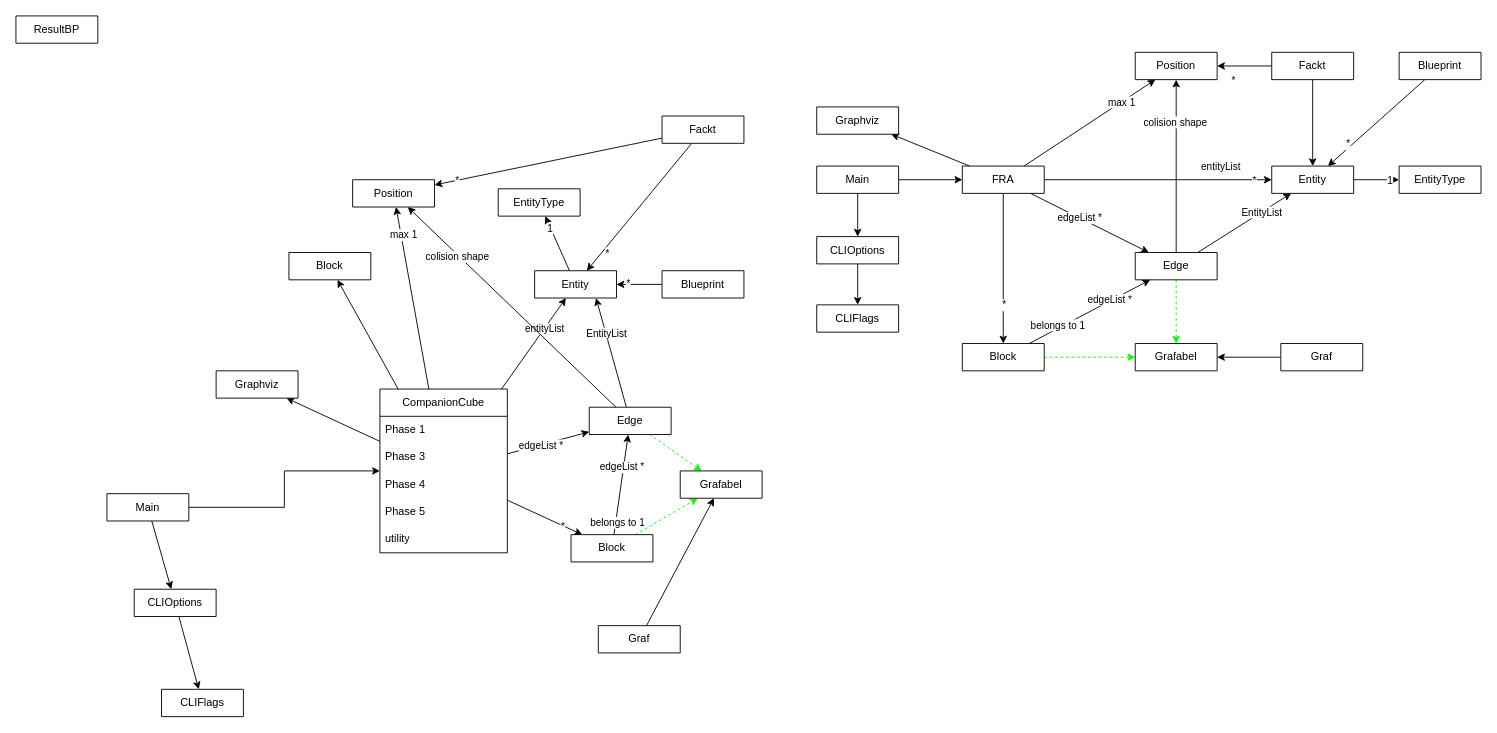
This is page "All Klases" (8 of 8) of src/main/factorioRailAnalyiserDiagrams.drawio from SanderForGodot/FactorioRailAnalyzer, a draw.io file, before an edit. Source tidied: cells renumbered, new cells numbered last; positions are measured from the earlier drawing's top-left corner, leaving out a move shared by most shapes. Both pictures are drawn from the tidied source at 91%, with x=0, y=0 at pixel (15, 15).
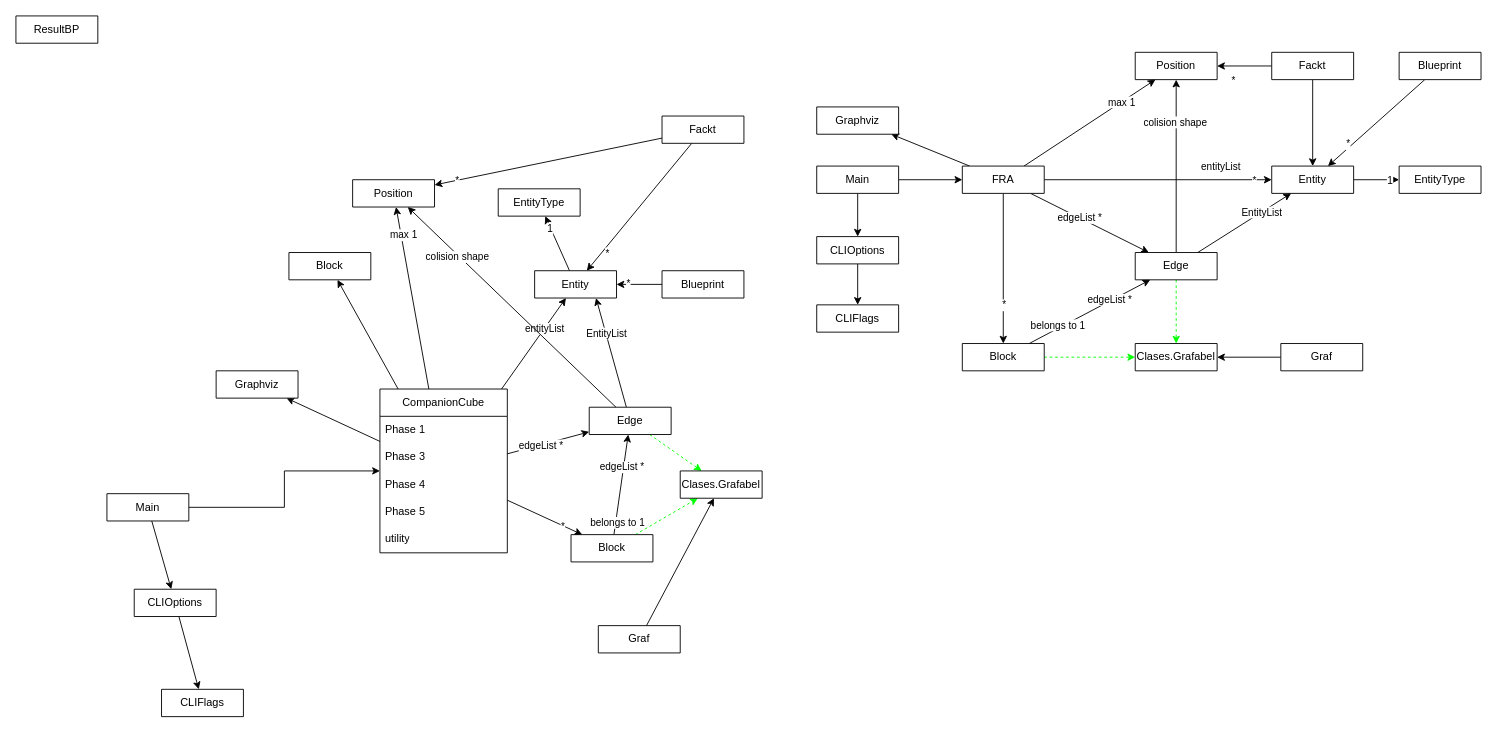
The same diagram, later.

Diff of the diagram source:
```diff
@@
-    <mxCell id="50" value="&lt;div style=&quot;&quot;&gt;Grafabel&lt;/div&gt;" style="swimlane;fontStyle=0;horizontal=1;startSize=30;whiteSpace=wrap;html=1;" parent="1" vertex="1" collapsed="1">
+    <mxCell id="50" value="&lt;div style=&quot;&quot;&gt;Clases.Grafabel&lt;/div&gt;" style="swimlane;fontStyle=0;horizontal=1;startSize=30;whiteSpace=wrap;html=1;" parent="1" vertex="1" collapsed="1">
       <mxGeometry x="730" y="500" width="90" height="30" as="geometry" />
     </mxCell>
@@
-    <mxCell id="94" value="&lt;div style=&quot;&quot;&gt;Grafabel&lt;/div&gt;" style="swimlane;fontStyle=0;horizontal=1;startSize=30;whiteSpace=wrap;html=1;" parent="1" vertex="1" collapsed="1">
+    <mxCell id="94" value="&lt;div style=&quot;&quot;&gt;Clases.Grafabel&lt;/div&gt;" style="swimlane;fontStyle=0;horizontal=1;startSize=30;whiteSpace=wrap;html=1;" parent="1" vertex="1" collapsed="1">
       <mxGeometry x="1230" y="360" width="90" height="30" as="geometry" />
     </mxCell>
```
